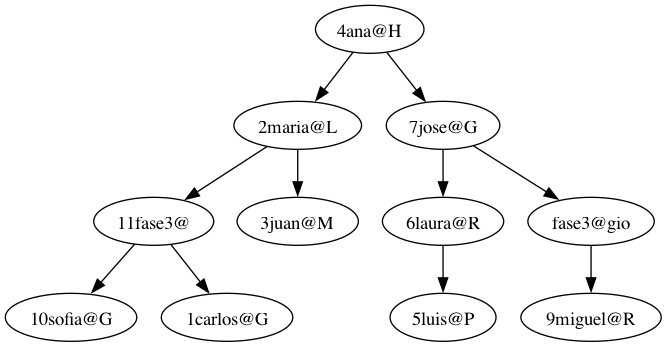
The Graphviz diagram fase3/usuarios/reportes/AVL.png in Ggi0/-EDD-Proyecto_202100229, before a commit. Its source is kept beside it as fase3/usuarios/reportes/AVL.dot.
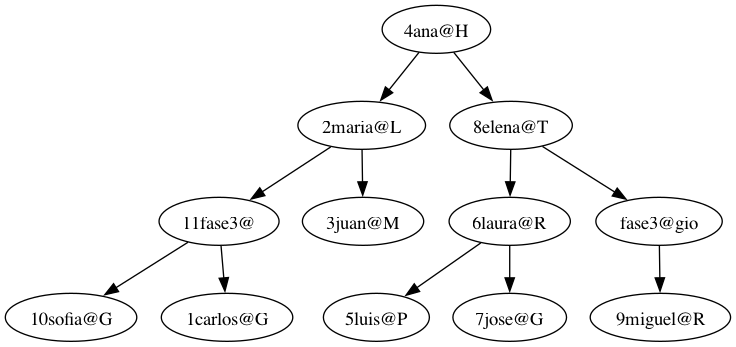
Later version of the same file.

Diff of the diagram source:
```diff
@@ -1,23 +1,25 @@
 digraph G {
-Nodo0x7ff0c6c6c6a0[label = "4ana@H"]
-Nodo0x7ff0c6c6c6a0->Nodo0x7ff0c6c62890
-Nodo0x7ff0c6c6c6a0->Nodo0x7ff0c0f76a20
-Nodo0x7ff0c6c62890[label = "2maria@L"]
-Nodo0x7ff0c6c62890->Nodo0x7ff0c6c485f0
-Nodo0x7ff0c6c62890->Nodo0x7ff0c6c695c0
-Nodo0x7ff0c6c485f0[label = "11fase3@"]
-Nodo0x7ff0c6c485f0->Nodo0x7ff0c6c4c920
-Nodo0x7ff0c6c485f0->Nodo0x7ff0c6c5f690
-Nodo0x7ff0c6c4c920[label = "10sofia@G"]
-Nodo0x7ff0c6c5f690[label = "1carlos@G"]
-Nodo0x7ff0c6c695c0[label = "3juan@M"]
-Nodo0x7ff0c0f76a20[label = "7jose@G"]
-Nodo0x7ff0c0f76a20->Nodo0x7ff0c6c59f40
-Nodo0x7ff0c0f76a20->Nodo0x7ff0c6c6c540
-Nodo0x7ff0c6c59f40[label = "6laura@R"]
-Nodo0x7ff0c6c59f40->Nodo0x7ff0c6c67590
-Nodo0x7ff0c6c67590[label = "5luis@P"]
-Nodo0x7ff0c6c6c540[label = "fase3@gio"]
-Nodo0x7ff0c6c6c540->Nodo0x7ff0c6c61cc0
-Nodo0x7ff0c6c61cc0[label = "9miguel@R"]
+Nodo0x7f8c3bc95cf0[label = "4ana@H"]
+Nodo0x7f8c3bc95cf0->Nodo0x7f8c3bc967c0
+Nodo0x7f8c3bc95cf0->Nodo0x7f8c3bc985b0
+Nodo0x7f8c3bc967c0[label = "2maria@L"]
+Nodo0x7f8c3bc967c0->Nodo0x7f8c3bca9b30
+Nodo0x7f8c3bc967c0->Nodo0x7f8c3bc97da0
+Nodo0x7f8c3bca9b30[label = "11fase3@"]
+Nodo0x7f8c3bca9b30->Nodo0x7f8c3bc9ed60
+Nodo0x7f8c3bca9b30->Nodo0x7f8c3bc98020
+Nodo0x7f8c3bc9ed60[label = "10sofia@G"]
+Nodo0x7f8c3bc98020[label = "1carlos@G"]
+Nodo0x7f8c3bc97da0[label = "3juan@M"]
+Nodo0x7f8c3bc985b0[label = "8elena@T"]
+Nodo0x7f8c3bc985b0->Nodo0x7f8c3bca1bb0
+Nodo0x7f8c3bc985b0->Nodo0x7f8c3bca07d0
+Nodo0x7f8c3bca1bb0[label = "6laura@R"]
+Nodo0x7f8c3bca1bb0->Nodo0x7f8c3bc97820
+Nodo0x7f8c3bca1bb0->Nodo0x7f8c3bc72760
+Nodo0x7f8c3bc97820[label = "5luis@P"]
+Nodo0x7f8c3bc72760[label = "7jose@G"]
+Nodo0x7f8c3bca07d0[label = "fase3@gio"]
+Nodo0x7f8c3bca07d0->Nodo0x7f8c3bca8670
+Nodo0x7f8c3bca8670[label = "9miguel@R"]
 }
```
